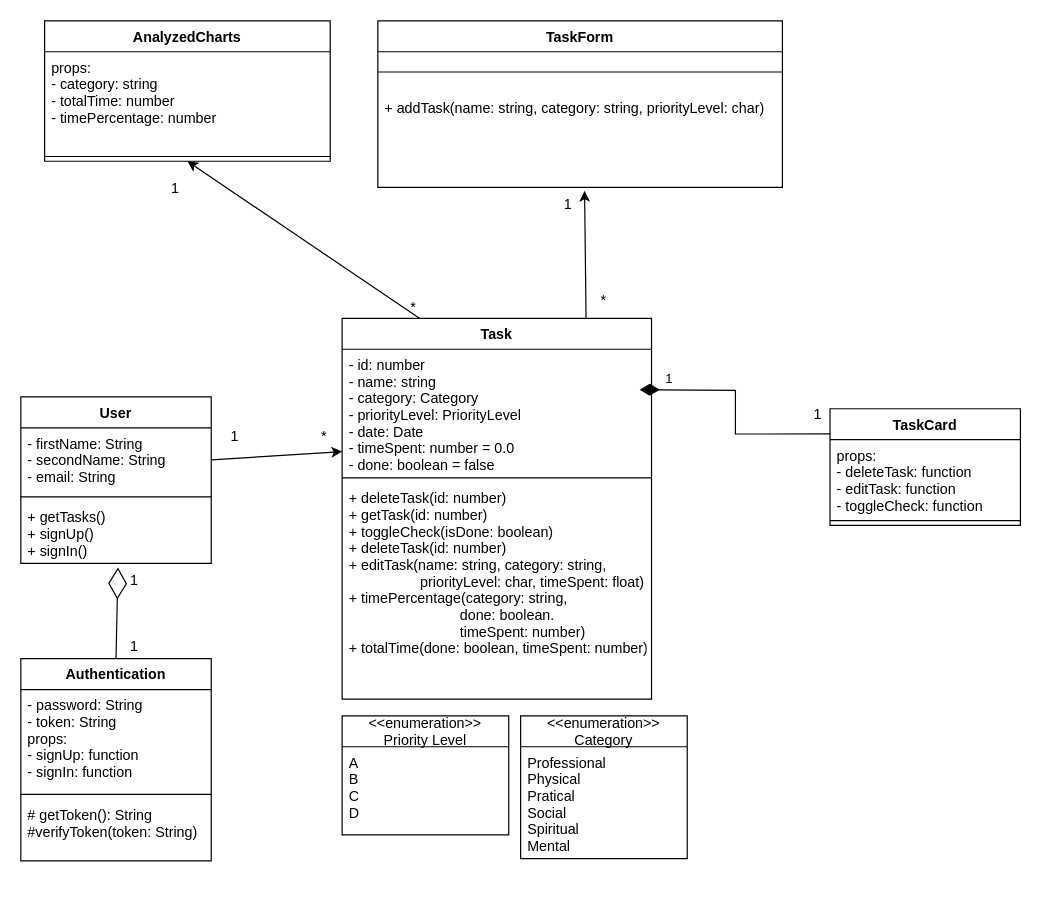
This is images/classDiagram.drawio from ViNguyen3747/Voice-Powered-Self-Productivity, a draw.io file, before an edit. Source tidied: cells renumbered, new cells numbered last; positions are measured from the earlier drawing's top-left corner, leaving out a move shared by most shapes. Both pictures are drawn from the tidied source at 119%, with x=0, y=0 at pixel (20, 20).
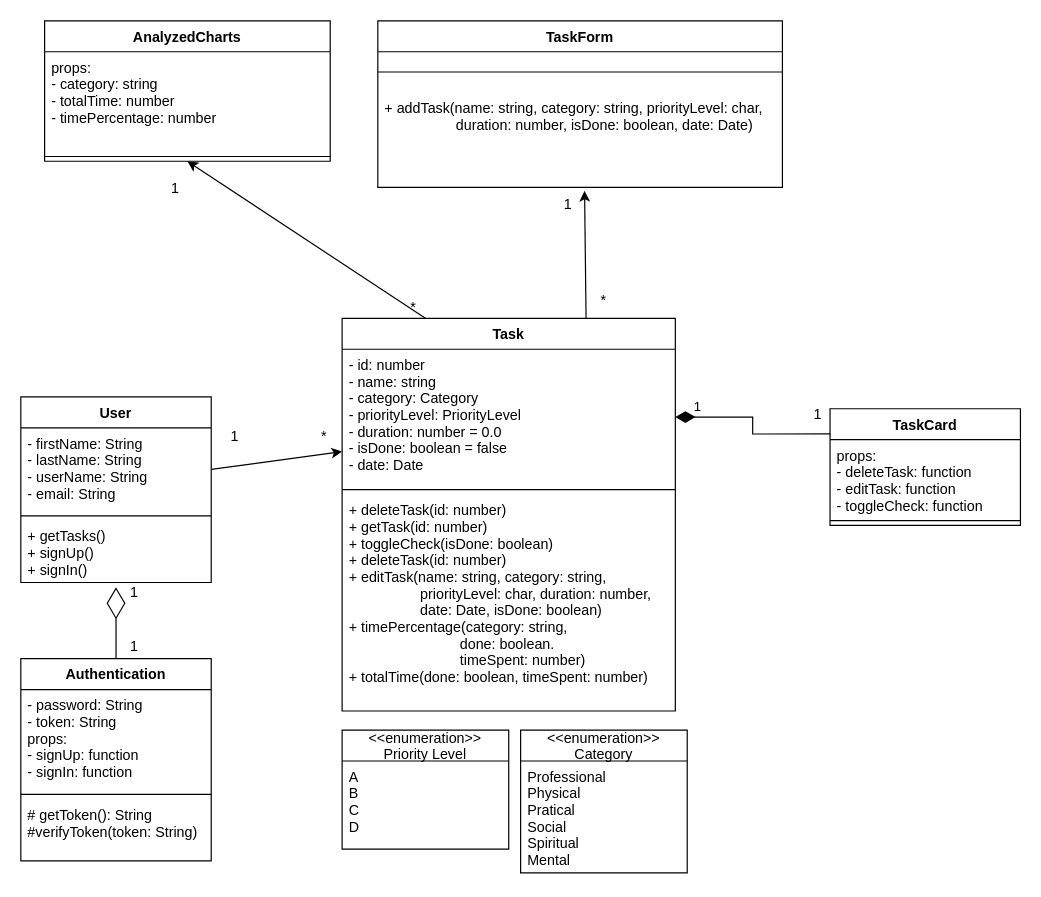
Above is the later version.

Unchanged cells that the change refers to:
```xml
<mxCell id="7" value="TaskForm" style="swimlane;fontStyle=1;align=center;verticalAlign=top;horizontal=1;startSize=26;" parent="1" vertex="1">
  <mxGeometry x="300" width="340" height="140" as="geometry" />
</mxCell>
<mxCell id="13" value="TaskCard" style="swimlane;fontStyle=1;align=center;verticalAlign=top;horizontal=1;startSize=26;" parent="1" vertex="1">
  <mxGeometry x="680" y="326" width="160" height="98" as="geometry" />
</mxCell>
<mxCell id="26" value="Authentication" style="swimlane;fontStyle=1;align=center;verticalAlign=top;horizontal=1;startSize=26;" parent="1" vertex="1">
  <mxGeometry y="536" width="160" height="170" as="geometry" />
</mxCell>
```

Change to the diagram source:
```diff
@@
     <mxCell id="2" value="Task" style="swimlane;fontStyle=1;align=center;verticalAlign=top;horizontal=1;startSize=26;" parent="1" vertex="1">
-      <mxGeometry x="270" y="250" width="260" height="320" as="geometry" />
+      <mxGeometry x="270" y="250" width="280" height="330" as="geometry" />
     </mxCell>
-    <mxCell id="3" value="1" style="endArrow=none;html=1;endSize=12;startArrow=diamondThin;startSize=14;startFill=1;edgeStyle=orthogonalEdgeStyle;align=left;verticalAlign=bottom;rounded=0;entryX=0.003;entryY=0.216;entryDx=0;entryDy=0;entryPerimeter=0;endFill=0;" parent="2" edge="1" target="13">
-      <mxGeometry x="-0.8" relative="1" as="geometry">
-        <mxPoint x="250" y="60" as="sourcePoint" />
-      </mxGeometry>
-    </mxCell>
-    <mxCell id="4" value="- id: number&#10;- name: string&#10;- category: Category&#10;- priorityLevel: PriorityLevel&#10;- date: Date&#10;- timeSpent: number = 0.0&#10;- done: boolean = false" style="text;strokeColor=none;fillColor=none;align=left;verticalAlign=top;spacingLeft=4;spacingRight=4;overflow=hidden;points=[[0,0.5],[1,0.5]];portConstraint=eastwest;" parent="2" vertex="1">
-      <mxGeometry y="26" width="260" height="104" as="geometry" />
+    <mxCell id="4" value="- id: number&#10;- name: string&#10;- category: Category&#10;- priorityLevel: PriorityLevel&#10;- duration: number = 0.0&#10;- isDone: boolean = false&#10;- date: Date" style="text;strokeColor=none;fillColor=none;align=left;verticalAlign=top;spacingLeft=4;spacingRight=4;overflow=hidden;points=[[0,0.5],[1,0.5]];portConstraint=eastwest;" parent="2" vertex="1">
+      <mxGeometry y="26" width="280" height="114" as="geometry" />
     </mxCell>
     <mxCell id="5" style="line;strokeWidth=1;fillColor=none;align=left;verticalAlign=middle;spacingTop=-1;spacingLeft=3;spacingRight=3;labelPosition=right;" parent="2" vertex="1">
-      <mxGeometry y="130" width="260" height="8" as="geometry" />
+      <mxGeometry y="140" width="280" height="8" as="geometry" />
     </mxCell>
-    <mxCell id="6" value="+ deleteTask(id: number)&#10;+ getTask(id: number)&#10;+ toggleCheck(isDone: boolean)&#10;+ deleteTask(id: number)&#10;+ editTask(name: string, category: string,&#10;                  priorityLevel: char, timeSpent: float)&#10;+ timePercentage(category: string,&#10;                            done: boolean.&#10;                            timeSpent: number)&#10;+ totalTime(done: boolean, timeSpent: number)&#10;" style="text;strokeColor=none;fillColor=none;align=left;verticalAlign=top;spacingLeft=4;spacingRight=4;overflow=hidden;" parent="2" vertex="1">
-      <mxGeometry y="138" width="260" height="182" as="geometry" />
+    <mxCell id="6" value="+ deleteTask(id: number)&#10;+ getTask(id: number)&#10;+ toggleCheck(isDone: boolean)&#10;+ deleteTask(id: number)&#10;+ editTask(name: string, category: string,&#10;                  priorityLevel: char, duration: number,&#10;                  date: Date, isDone: boolean)&#10;+ timePercentage(category: string,&#10;                            done: boolean.&#10;                            timeSpent: number)&#10;+ totalTime(done: boolean, timeSpent: number)&#10;" style="text;strokeColor=none;fillColor=none;align=left;verticalAlign=top;spacingLeft=4;spacingRight=4;overflow=hidden;" parent="2" vertex="1">
+      <mxGeometry y="148" width="280" height="182" as="geometry" />
     </mxCell>
@@
-    <mxCell id="9" value="+ addTask(name: string, category: string, priorityLevel: char)" style="text;strokeColor=none;fillColor=none;align=left;verticalAlign=top;spacingLeft=4;spacingRight=4;overflow=hidden;points=[[0,0.5],[1,0.5]];portConstraint=eastwest;" parent="7" vertex="1">
+    <mxCell id="9" value="+ addTask(name: string, category: string, priorityLevel: char, &#10;                  duration: number, isDone: boolean, date: Date)" style="text;strokeColor=none;fillColor=none;align=left;verticalAlign=top;spacingLeft=4;spacingRight=4;overflow=hidden;points=[[0,0.5],[1,0.5]];portConstraint=eastwest;" parent="7" vertex="1">
       <mxGeometry y="60" width="340" height="80" as="geometry" />
     </mxCell>
@@
-    <mxCell id="30" style="endArrow=diamondThin;endFill=0;endSize=24;html=1;rounded=0;exitX=0.5;exitY=0;exitDx=0;exitDy=0;entryX=0.51;entryY=1.065;entryDx=0;entryDy=0;entryPerimeter=0;" parent="1" edge="1" source="26" target="38">
-      <mxGeometry relative="1" as="geometry" />
+    <mxCell id="30" style="endArrow=diamondThin;endFill=0;endSize=24;html=1;rounded=0;exitX=0.5;exitY=0;exitDx=0;exitDy=0;" parent="1" edge="1" source="26">
+      <mxGeometry relative="1" as="geometry">
+        <mxPoint x="80" y="476" as="targetPoint" />
+      </mxGeometry>
     </mxCell>
@@
     <mxCell id="32" value="&lt;&lt;enumeration&gt;&gt;&#10;Priority Level" style="swimlane;fontStyle=0;horizontal=1;startSize=26;fillColor=none;" parent="1" vertex="1">
-      <mxGeometry x="270" y="584" width="140" height="100" as="geometry" />
+      <mxGeometry x="270" y="596" width="140" height="100" as="geometry" />
     </mxCell>
@@
     <mxCell id="34" value="1" style="text;html=1;strokeColor=none;fillColor=none;align=center;verticalAlign=middle;whiteSpace=wrap;rounded=0;" parent="1" vertex="1">
-      <mxGeometry x="7.5" y="456" width="175" height="30" as="geometry" />
+      <mxGeometry x="7.5" y="466" width="175" height="30" as="geometry" />
     </mxCell>
     <mxCell id="35" value="User" style="swimlane;fontStyle=1;align=center;verticalAlign=top;horizontal=1;startSize=26;" parent="1" vertex="1">
-      <mxGeometry y="316" width="160" height="140" as="geometry" />
+      <mxGeometry y="316" width="160" height="156" as="geometry" />
     </mxCell>
-    <mxCell id="36" value="- firstName: String&#10;- secondName: String&#10;- email: String" style="text;strokeColor=none;fillColor=none;align=left;verticalAlign=top;spacingLeft=4;spacingRight=4;overflow=hidden;points=[[0,0.5],[1,0.5]];portConstraint=eastwest;" parent="35" vertex="1">
-      <mxGeometry y="26" width="160" height="54" as="geometry" />
+    <mxCell id="36" value="- firstName: String&#10;- lastName: String&#10;- userName: String&#10;- email: String&#10; " style="text;strokeColor=none;fillColor=none;align=left;verticalAlign=top;spacingLeft=4;spacingRight=4;overflow=hidden;points=[[0,0.5],[1,0.5]];portConstraint=eastwest;" parent="35" vertex="1">
+      <mxGeometry y="26" width="160" height="70" as="geometry" />
     </mxCell>
     <mxCell id="37" style="line;strokeWidth=1;fillColor=none;align=left;verticalAlign=middle;spacingTop=-1;spacingLeft=3;spacingRight=3;labelPosition=right;" parent="35" vertex="1">
-      <mxGeometry y="80" width="160" height="8" as="geometry" />
+      <mxGeometry y="96" width="160" height="8" as="geometry" />
     </mxCell>
     <mxCell id="38" value="+ getTasks()&#10;+ signUp()&#10;+ signIn()" style="text;strokeColor=none;fillColor=none;align=left;verticalAlign=top;spacingLeft=4;spacingRight=4;overflow=hidden;points=[[0,0.5],[1,0.5]];portConstraint=eastwest;" parent="35" vertex="1">
-      <mxGeometry y="88" width="160" height="52" as="geometry" />
+      <mxGeometry y="104" width="160" height="52" as="geometry" />
     </mxCell>
     <mxCell id="39" value="&lt;&lt;enumeration&gt;&gt;&#10;Category" style="swimlane;fontStyle=0;horizontal=1;startSize=26;fillColor=none;" parent="1" vertex="1">
-      <mxGeometry x="420" y="584" width="140" height="120" as="geometry" />
+      <mxGeometry x="420" y="596" width="140" height="120" as="geometry" />
     </mxCell>
@@
+    <mxCell id="3" value="1" style="endArrow=none;html=1;endSize=12;startArrow=diamondThin;startSize=14;startFill=1;edgeStyle=orthogonalEdgeStyle;align=left;verticalAlign=bottom;rounded=0;entryX=0.003;entryY=0.216;entryDx=0;entryDy=0;entryPerimeter=0;endFill=0;exitX=1;exitY=0.5;exitDx=0;exitDy=0;" parent="1" edge="1" source="4" target="13">
+      <mxGeometry x="-0.8" relative="1" as="geometry" />
+    </mxCell>
```
